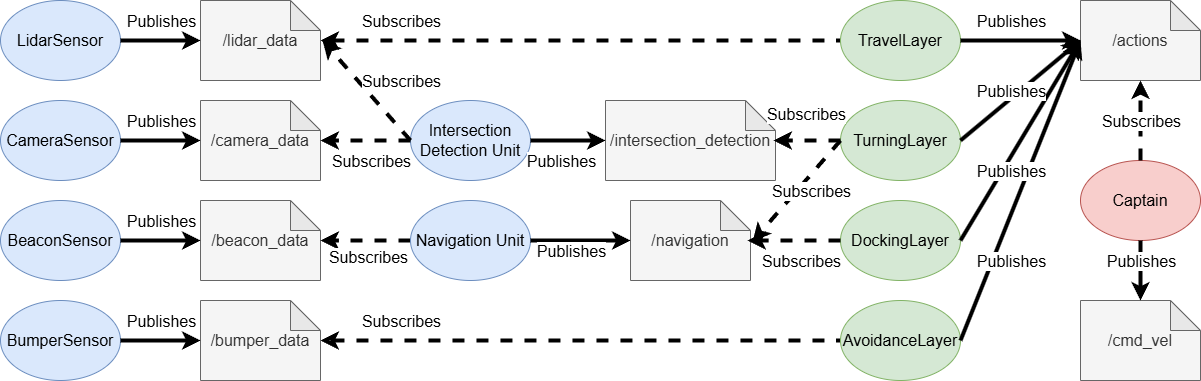
Above: documents/nodes_color.png in UMNIYAH/Mail-Delivery-Robot (draw.io), before the change. Source tidied: cells renumbered, new cells last; positions are measured from the earlier drawing's top-left corner, leaving out a move shared by most shapes.
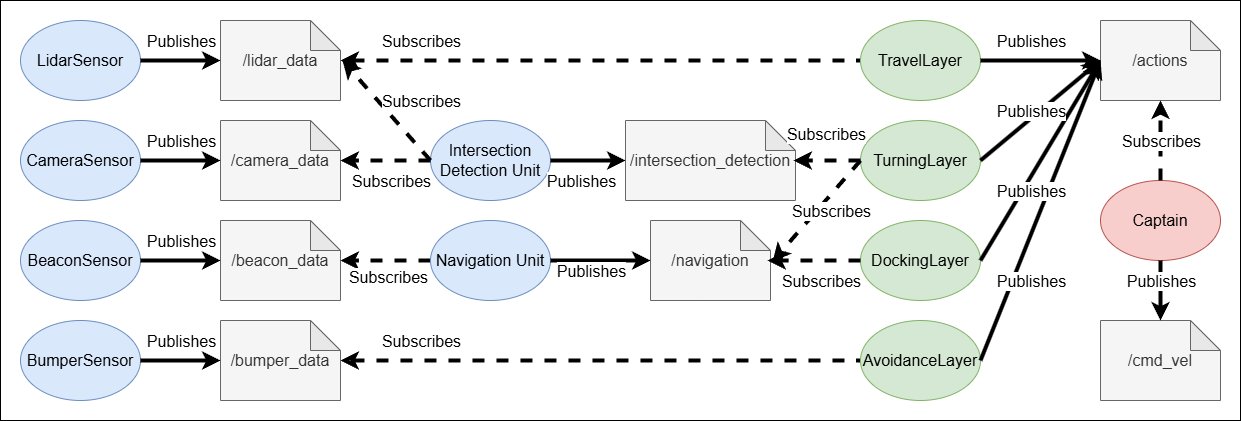
After the commit.

Change to the diagram source:
```diff
@@ -2,6 +2,9 @@
   <root>
     <mxCell id="0" />
     <mxCell id="1" parent="0" />
+    <mxCell id="61" style="rounded=0;whiteSpace=wrap;html=1;" parent="1" vertex="1">
+      <mxGeometry x="-20" y="-20" width="1240" height="420" as="geometry" />
+    </mxCell>
     <mxCell id="2" value="&lt;font style=&quot;font-size: 16px;&quot;&gt;BeaconSensor&lt;/font&gt;" style="ellipse;whiteSpace=wrap;html=1;fillColor=#dae8fc;strokeColor=#6c8ebf;" parent="1" vertex="1">
       <mxGeometry y="200" width="120" height="80" as="geometry" />
     </mxCell>
```
